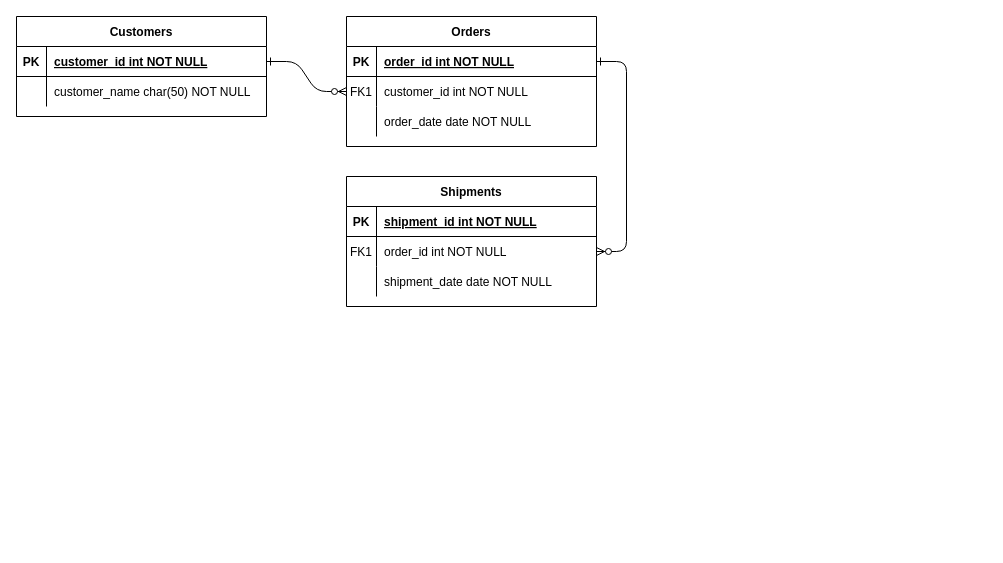
The draw.io diagram src/main/resources/erDiagram.drawio in IgiranezaMichel/eduqa-backend, before the edit. Source tidied: cells renumbered, new cells numbered last; positions are measured from the earlier drawing's top-left corner, leaving out a move shared by most shapes. Both pictures are drawn from the tidied source at 100%, with x=0, y=0 at pixel (16, 16).
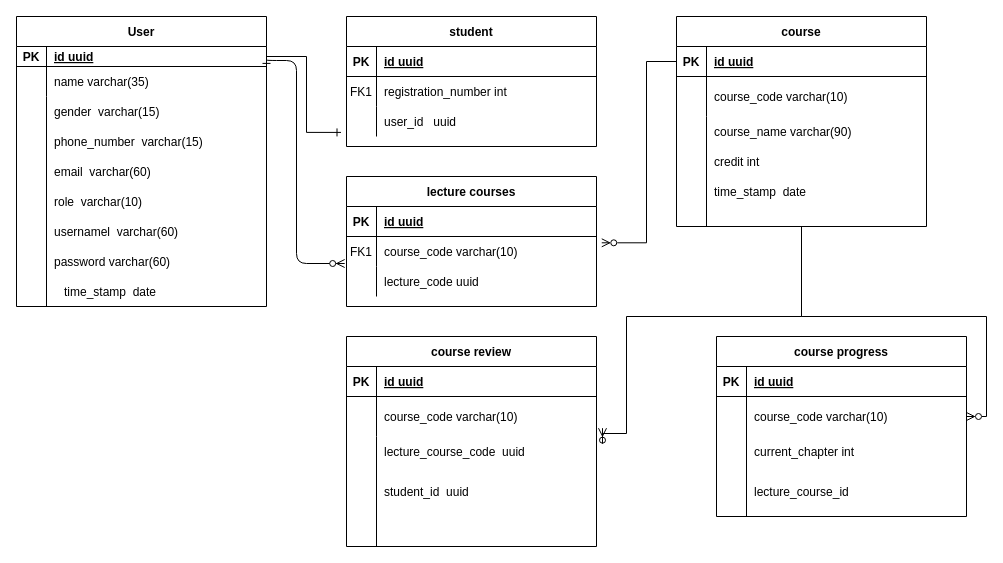
The same page after the edit.

The change refers to these unchanged cells:
```xml
<mxCell id="5" style="shape=partialRectangle;fillColor=none;points=[[0,0.5],[1,0.5]];portConstraint=eastwest;top=0;left=0;right=0;bottom=1;" parent="4" vertex="1">
  <mxGeometry y="30" width="250" height="30" as="geometry" />
</mxCell>
<mxCell id="8" style="shape=partialRectangle;fillColor=none;points=[[0,0.5],[1,0.5]];portConstraint=eastwest;top=0;left=0;right=0;bottom=0;" parent="4" vertex="1">
  <mxGeometry y="60" width="250" height="30" as="geometry" />
</mxCell>
<mxCell id="11" style="shape=partialRectangle;fillColor=none;points=[[0,0.5],[1,0.5]];portConstraint=eastwest;top=0;left=0;right=0;bottom=0;" parent="4" vertex="1">
  <mxGeometry y="90" width="250" height="30" as="geometry" />
</mxCell>
<mxCell id="15" style="shape=partialRectangle;fillColor=none;top=0;left=0;right=0;bottom=1;" parent="14" vertex="1">
  <mxGeometry y="30" width="250" height="30" as="geometry" />
</mxCell>
<mxCell id="18" style="shape=partialRectangle;fillColor=none;points=[[0,0.5],[1,0.5]];portConstraint=eastwest;top=0;left=0;right=0;bottom=0;" parent="14" vertex="1">
  <mxGeometry y="60" width="250" height="30" as="geometry" />
</mxCell>
<mxCell id="21" style="shape=partialRectangle;fillColor=none;top=0;left=0;right=0;bottom=0;" parent="14" vertex="1">
  <mxGeometry y="90" width="250" height="30" as="geometry" />
</mxCell>
```

Change to the diagram source:
```diff
@@
-    <mxCell id="2" style="edgeStyle=entityRelationEdgeStyle;endArrow=ERzeroToMany;startArrow=ERone;endFill=1;startFill=0;" parent="1" edge="1" source="25" target="8">
-      <mxGeometry relative="1" as="geometry" />
+    <mxCell id="2" style="endArrow=ERzeroToMany;startArrow=ERone;endFill=1;startFill=0;entryX=-0.007;entryY=0.803;entryDx=0;entryDy=0;entryPerimeter=0;edgeStyle=orthogonalEdgeStyle;" parent="1" edge="1">
+      <mxGeometry relative="1" as="geometry">
+        <mxPoint x="250" y="42.9" as="sourcePoint" />
+        <mxPoint x="328.2" y="247" as="targetPoint" />
+        <Array as="points">
+          <mxPoint x="250" y="44" />
+          <mxPoint x="280" y="44" />
+          <mxPoint x="280" y="247" />
+        </Array>
+      </mxGeometry>
     </mxCell>
-    <mxCell id="3" style="edgeStyle=entityRelationEdgeStyle;endArrow=ERzeroToMany;startArrow=ERone;endFill=1;startFill=0;" parent="1" edge="1" source="5" target="18">
-      <mxGeometry relative="1" as="geometry" />
-    </mxCell>
-    <mxCell id="4" value="Orders" style="shape=table;startSize=30;childLayout=tableLayout;rowLines=0;fontStyle=1;align=center;" parent="1" vertex="1">
+    <mxCell id="4" value="student" style="shape=table;startSize=30;childLayout=tableLayout;rowLines=0;fontStyle=1;align=center;" parent="1" vertex="1">
       <mxGeometry x="330" width="250" height="130" as="geometry" />
     </mxCell>
@@
-    <mxCell id="7" value="order_id int NOT NULL " style="shape=partialRectangle;overflow=hidden;fillColor=none;top=0;left=0;bottom=0;right=0;align=left;spacingLeft=6;fontStyle=5;" parent="5" vertex="1">
+    <mxCell id="7" value="id uuid" style="shape=partialRectangle;overflow=hidden;fillColor=none;top=0;left=0;bottom=0;right=0;align=left;spacingLeft=6;fontStyle=5;" parent="5" vertex="1">
       <mxGeometry x="30" width="220" height="30" as="geometry" />
     </mxCell>
@@
-    <mxCell id="10" value="customer_id int NOT NULL" style="shape=partialRectangle;overflow=hidden;fillColor=none;top=0;left=0;bottom=0;right=0;align=left;spacingLeft=6;" parent="8" vertex="1">
+    <mxCell id="10" value="registration_number int" style="shape=partialRectangle;overflow=hidden;fillColor=none;top=0;left=0;bottom=0;right=0;align=left;spacingLeft=6;" parent="8" vertex="1">
       <mxGeometry x="30" width="220" height="30" as="geometry" />
     </mxCell>
@@
-    <mxCell id="13" value="order_date date NOT NULL" style="shape=partialRectangle;overflow=hidden;fillColor=none;top=0;left=0;bottom=0;right=0;align=left;spacingLeft=6;" parent="11" vertex="1">
+    <mxCell id="13" value="user_id   uuid" style="shape=partialRectangle;overflow=hidden;fillColor=none;top=0;left=0;bottom=0;right=0;align=left;spacingLeft=6;" parent="11" vertex="1">
       <mxGeometry x="30" width="220" height="30" as="geometry" />
     </mxCell>
-    <mxCell id="14" value="Shipments" style="shape=table;startSize=30;childLayout=tableLayout;rowLines=0;fontStyle=1;align=center;" parent="1" vertex="1">
+    <mxCell id="14" value="lecture courses" style="shape=table;startSize=30;childLayout=tableLayout;rowLines=0;fontStyle=1;align=center;" parent="1" vertex="1">
       <mxGeometry x="330" y="160" width="250" height="130" as="geometry" />
     </mxCell>
@@
-    <mxCell id="17" value="shipment_id int NOT NULL " style="shape=partialRectangle;overflow=hidden;fillColor=none;top=0;left=0;bottom=0;right=0;align=left;spacingLeft=6;fontStyle=5;" parent="15" vertex="1">
+    <mxCell id="17" value="id uuid" style="shape=partialRectangle;overflow=hidden;fillColor=none;top=0;left=0;bottom=0;right=0;align=left;spacingLeft=6;fontStyle=5;" parent="15" vertex="1">
       <mxGeometry x="30" width="220" height="30" as="geometry" />
     </mxCell>
@@
-    <mxCell id="20" value="order_id int NOT NULL" style="shape=partialRectangle;overflow=hidden;fillColor=none;top=0;left=0;bottom=0;right=0;align=left;spacingLeft=6;" parent="18" vertex="1">
+    <mxCell id="20" value="course_code varchar(10)" style="shape=partialRectangle;overflow=hidden;fillColor=none;top=0;left=0;bottom=0;right=0;align=left;spacingLeft=6;" parent="18" vertex="1">
       <mxGeometry x="30" width="220" height="30" as="geometry" />
     </mxCell>
@@
-    <mxCell id="23" value="shipment_date date NOT NULL" style="shape=partialRectangle;overflow=hidden;fillColor=none;top=0;left=0;bottom=0;right=0;align=left;spacingLeft=6;" parent="21" vertex="1">
+    <mxCell id="23" value="lecture_code uuid" style="shape=partialRectangle;overflow=hidden;fillColor=none;top=0;left=0;bottom=0;right=0;align=left;spacingLeft=6;" parent="21" vertex="1">
       <mxGeometry x="30" width="220" height="30" as="geometry" />
     </mxCell>
-    <mxCell id="24" value="Customers" style="shape=table;startSize=30;childLayout=tableLayout;rowLines=0;fontStyle=1;align=center;" parent="1" vertex="1">
-      <mxGeometry width="250" height="100" as="geometry" />
+    <mxCell id="24" value="User" style="shape=table;startSize=30;childLayout=tableLayout;rowLines=0;fontStyle=1;align=center;" parent="1" vertex="1">
+      <mxGeometry width="250" height="290" as="geometry" />
     </mxCell>
     <mxCell id="25" style="shape=partialRectangle;fillColor=none;points=[[0,0.5],[1,0.5]];portConstraint=eastwest;top=0;left=0;right=0;bottom=1;" parent="24" vertex="1">
-      <mxGeometry y="30" width="250" height="30" as="geometry" />
+      <mxGeometry y="30" width="250" height="20" as="geometry" />
     </mxCell>
     <mxCell id="26" value="PK" style="shape=partialRectangle;overflow=hidden;fillColor=none;top=0;left=0;bottom=0;right=0;fontStyle=1;" parent="25" vertex="1">
-      <mxGeometry width="30" height="30" as="geometry" />
+      <mxGeometry width="30" height="20" as="geometry" />
     </mxCell>
-    <mxCell id="27" value="customer_id int NOT NULL " style="shape=partialRectangle;overflow=hidden;fillColor=none;top=0;left=0;bottom=0;right=0;align=left;spacingLeft=6;fontStyle=5;" parent="25" vertex="1">
-      <mxGeometry x="30" width="220" height="30" as="geometry" />
+    <mxCell id="27" value="id uuid" style="shape=partialRectangle;overflow=hidden;fillColor=none;top=0;left=0;bottom=0;right=0;align=left;spacingLeft=6;fontStyle=5;" parent="25" vertex="1">
+      <mxGeometry x="30" width="220" height="20" as="geometry" />
     </mxCell>
     <mxCell id="28" style="shape=partialRectangle;fillColor=none;top=0;left=0;right=0;bottom=0;" parent="24" vertex="1">
-      <mxGeometry y="60" width="250" height="30" as="geometry" />
+      <mxGeometry y="50" width="250" height="30" as="geometry" />
     </mxCell>
@@
-    <mxCell id="30" value="customer_name char(50) NOT NULL" style="shape=partialRectangle;overflow=hidden;fillColor=none;top=0;left=0;bottom=0;right=0;align=left;spacingLeft=6;" parent="28" vertex="1">
+    <mxCell id="30" value="name varchar(35)" style="shape=partialRectangle;overflow=hidden;fillColor=none;top=0;left=0;bottom=0;right=0;align=left;spacingLeft=6;" parent="28" vertex="1">
       <mxGeometry x="30" width="220" height="30" as="geometry" />
     </mxCell>
+    <mxCell id="31" value="gender  varchar(15)" style="shape=partialRectangle;overflow=hidden;fillColor=none;top=0;left=0;bottom=0;right=0;align=left;spacingLeft=6;" parent="1" vertex="1">
+      <mxGeometry x="30" y="80" width="220" height="30" as="geometry" />
+    </mxCell>
+    <mxCell id="32" value="phone_number  varchar(15)" style="shape=partialRectangle;overflow=hidden;fillColor=none;top=0;left=0;bottom=0;right=0;align=left;spacingLeft=6;" parent="1" vertex="1">
+      <mxGeometry x="30" y="110" width="220" height="30" as="geometry" />
+    </mxCell>
+    <mxCell id="33" value="email  varchar(60)" style="shape=partialRectangle;overflow=hidden;fillColor=none;top=0;left=0;bottom=0;right=0;align=left;spacingLeft=6;" parent="1" vertex="1">
+      <mxGeometry x="30" y="140" width="220" height="30" as="geometry" />
+    </mxCell>
+    <mxCell id="34" style="endArrow=none;html=1;rounded=0;" parent="1" edge="1">
+      <mxGeometry relative="1" as="geometry">
+        <mxPoint x="30" y="290" as="sourcePoint" />
+        <mxPoint x="30" y="80" as="targetPoint" />
+      </mxGeometry>
+    </mxCell>
+    <mxCell id="35" value="role  varchar(10)" style="shape=partialRectangle;overflow=hidden;fillColor=none;top=0;left=0;bottom=0;right=0;align=left;spacingLeft=6;" parent="1" vertex="1">
+      <mxGeometry x="30" y="170" width="220" height="30" as="geometry" />
+    </mxCell>
+    <mxCell id="36" value="usernamel  varchar(60)" style="shape=partialRectangle;overflow=hidden;fillColor=none;top=0;left=0;bottom=0;right=0;align=left;spacingLeft=6;" parent="1" vertex="1">
+      <mxGeometry x="30" y="200" width="220" height="30" as="geometry" />
+    </mxCell>
+    <mxCell id="37" value="password varchar(60)" style="shape=partialRectangle;overflow=hidden;fillColor=none;top=0;left=0;bottom=0;right=0;align=left;spacingLeft=6;" parent="1" vertex="1">
+      <mxGeometry x="30" y="230" width="220" height="30" as="geometry" />
+    </mxCell>
+    <mxCell id="38" value="time_stamp  date" style="shape=partialRectangle;overflow=hidden;fillColor=none;top=0;left=0;bottom=0;right=0;align=left;spacingLeft=6;" parent="1" vertex="1">
+      <mxGeometry x="40" y="260" width="210" height="30" as="geometry" />
+    </mxCell>
+    <mxCell id="39" style="edgeStyle=orthogonalEdgeStyle;rounded=0;jettySize=auto;html=1;entryX=-0.022;entryY=0.864;entryDx=0;entryDy=0;entryPerimeter=0;endArrow=ERone;endFill=0;" parent="1" edge="1" source="25" target="11">
+      <mxGeometry relative="1" as="geometry" />
+    </mxCell>
+    <mxCell id="40" style="edgeStyle=orthogonalEdgeStyle;rounded=0;jettySize=auto;html=1;entryX=1;entryY=0.5;entryDx=0;entryDy=0;endArrow=ERzeroToMany;endFill=0;" parent="1" edge="1" source="41" target="62">
+      <mxGeometry relative="1" as="geometry">
+        <Array as="points">
+          <mxPoint x="785" y="300" />
+          <mxPoint x="970" y="300" />
+          <mxPoint x="970" y="400" />
+        </Array>
+      </mxGeometry>
+    </mxCell>
+    <mxCell id="41" value="course" style="shape=table;startSize=30;childLayout=tableLayout;rowLines=0;fontStyle=1;align=center;" parent="1" vertex="1">
+      <mxGeometry x="660" width="250" height="210" as="geometry" />
+    </mxCell>
+    <mxCell id="42" style="shape=partialRectangle;fillColor=none;points=[[0,0.5],[1,0.5]];portConstraint=eastwest;top=0;left=0;right=0;bottom=1;" parent="41" vertex="1">
+      <mxGeometry y="30" width="250" height="30" as="geometry" />
+    </mxCell>
+    <mxCell id="43" value="PK" style="shape=partialRectangle;overflow=hidden;fillColor=none;top=0;left=0;bottom=0;right=0;fontStyle=1;" parent="42" vertex="1">
+      <mxGeometry width="30" height="30" as="geometry" />
+    </mxCell>
+    <mxCell id="44" value="id uuid" style="shape=partialRectangle;overflow=hidden;fillColor=none;top=0;left=0;bottom=0;right=0;align=left;spacingLeft=6;fontStyle=5;" parent="42" vertex="1">
+      <mxGeometry x="30" width="220" height="30" as="geometry" />
+    </mxCell>
+    <mxCell id="45" style="shape=partialRectangle;fillColor=none;top=0;left=0;right=0;bottom=0;" parent="41" vertex="1">
+      <mxGeometry y="60" width="250" height="40" as="geometry" />
+    </mxCell>
+    <mxCell id="46" style="shape=partialRectangle;overflow=hidden;fillColor=none;top=0;left=0;bottom=0;right=0;" parent="45" vertex="1">
+      <mxGeometry width="30" height="40" as="geometry" />
+    </mxCell>
+    <mxCell id="47" value="course_code varchar(10)" style="shape=partialRectangle;overflow=hidden;fillColor=none;top=0;left=0;bottom=0;right=0;align=left;spacingLeft=6;" parent="45" vertex="1">
+      <mxGeometry x="30" width="220" height="40" as="geometry" />
+    </mxCell>
+    <mxCell id="48" style="shape=partialRectangle;fillColor=none;top=0;left=0;right=0;bottom=0;" parent="41" vertex="1">
+      <mxGeometry y="100" width="250" height="30" as="geometry" />
+    </mxCell>
+    <mxCell id="49" style="shape=partialRectangle;overflow=hidden;fillColor=none;top=0;left=0;bottom=0;right=0;" parent="48" vertex="1">
+      <mxGeometry width="30" height="30" as="geometry" />
+    </mxCell>
+    <mxCell id="50" value="course_name varchar(90)" style="shape=partialRectangle;overflow=hidden;fillColor=none;top=0;left=0;bottom=0;right=0;align=left;spacingLeft=6;" parent="48" vertex="1">
+      <mxGeometry x="30" width="220" height="30" as="geometry" />
+    </mxCell>
+    <mxCell id="51" style="shape=partialRectangle;fillColor=none;top=0;left=0;right=0;bottom=0;" parent="1" vertex="1">
+      <mxGeometry x="690" y="130" width="220" height="30" as="geometry" />
+    </mxCell>
+    <mxCell id="52" style="shape=partialRectangle;overflow=hidden;fillColor=none;top=0;left=0;bottom=0;right=0;" parent="51" vertex="1">
+      <mxGeometry width="26.4" height="30" as="geometry" />
+    </mxCell>
+    <mxCell id="53" value="credit int" style="shape=partialRectangle;overflow=hidden;fillColor=none;top=0;left=0;bottom=0;right=0;align=left;spacingLeft=6;" parent="51" vertex="1">
+      <mxGeometry width="193.6" height="30" as="geometry" />
+    </mxCell>
+    <mxCell id="54" style="shape=partialRectangle;fillColor=none;top=0;left=0;right=0;bottom=0;fontStyle=1;" parent="1" vertex="1">
+      <mxGeometry x="690" y="160" width="220" height="30" as="geometry" />
+    </mxCell>
+    <mxCell id="55" style="shape=partialRectangle;overflow=hidden;fillColor=none;top=0;left=0;bottom=0;right=0;" parent="54" vertex="1">
+      <mxGeometry width="26.4" height="30" as="geometry" />
+    </mxCell>
+    <mxCell id="56" value="time_stamp  date" style="shape=partialRectangle;overflow=hidden;fillColor=none;top=0;left=0;bottom=0;right=0;align=left;spacingLeft=6;" parent="54" vertex="1">
+      <mxGeometry width="193.6" height="30" as="geometry" />
+    </mxCell>
+    <mxCell id="57" style="edgeStyle=orthogonalEdgeStyle;rounded=0;jettySize=auto;html=1;entryX=1.021;entryY=0.21;entryDx=0;entryDy=0;entryPerimeter=0;endArrow=ERzeroToMany;endFill=0;" parent="1" edge="1" source="42" target="18">
+      <mxGeometry relative="1" as="geometry">
+        <Array as="points">
+          <mxPoint x="630" y="45" />
+          <mxPoint x="630" y="226" />
+        </Array>
+      </mxGeometry>
+    </mxCell>
+    <mxCell id="58" value="course progress" style="shape=table;startSize=30;childLayout=tableLayout;rowLines=0;fontStyle=1;align=center;" parent="1" vertex="1">
+      <mxGeometry x="700" y="320" width="250" height="180" as="geometry" />
+    </mxCell>
+    <mxCell id="59" style="shape=partialRectangle;fillColor=none;top=0;left=0;right=0;bottom=1;" parent="58" vertex="1">
+      <mxGeometry y="30" width="250" height="30" as="geometry" />
+    </mxCell>
+    <mxCell id="60" value="PK" style="shape=partialRectangle;overflow=hidden;fillColor=none;top=0;left=0;bottom=0;right=0;fontStyle=1;" parent="59" vertex="1">
+      <mxGeometry width="30" height="30" as="geometry" />
+    </mxCell>
+    <mxCell id="61" value="id uuid" style="shape=partialRectangle;overflow=hidden;fillColor=none;top=0;left=0;bottom=0;right=0;align=left;spacingLeft=6;fontStyle=5;" parent="59" vertex="1">
+      <mxGeometry x="30" width="220" height="30" as="geometry" />
+    </mxCell>
+    <mxCell id="62" style="shape=partialRectangle;fillColor=none;points=[[0,0.5],[1,0.5]];portConstraint=eastwest;top=0;left=0;right=0;bottom=0;" parent="58" vertex="1">
+      <mxGeometry y="60" width="250" height="40" as="geometry" />
+    </mxCell>
+    <mxCell id="63" style="shape=partialRectangle;overflow=hidden;fillColor=none;top=0;left=0;bottom=0;right=0;" parent="62" vertex="1">
+      <mxGeometry width="30" height="40" as="geometry" />
+    </mxCell>
+    <mxCell id="64" value="course_code varchar(10)" style="shape=partialRectangle;overflow=hidden;fillColor=none;top=0;left=0;bottom=0;right=0;align=left;spacingLeft=6;" parent="62" vertex="1">
+      <mxGeometry x="30" width="220" height="40" as="geometry" />
+    </mxCell>
+    <mxCell id="65" style="shape=partialRectangle;fillColor=none;top=0;left=0;right=0;bottom=0;" parent="58" vertex="1">
+      <mxGeometry y="100" width="250" height="30" as="geometry" />
+    </mxCell>
+    <mxCell id="66" style="shape=partialRectangle;overflow=hidden;fillColor=none;top=0;left=0;bottom=0;right=0;" parent="65" vertex="1">
+      <mxGeometry width="30" height="30" as="geometry" />
+    </mxCell>
+    <mxCell id="67" value="current_chapter int" style="shape=partialRectangle;overflow=hidden;fillColor=none;top=0;left=0;bottom=0;right=0;align=left;spacingLeft=6;" parent="65" vertex="1">
+      <mxGeometry x="30" width="220" height="30" as="geometry" />
+    </mxCell>
+    <mxCell id="68" value="course review" style="shape=table;startSize=30;childLayout=tableLayout;rowLines=0;fontStyle=1;align=center;" parent="1" vertex="1">
+      <mxGeometry x="330" y="320" width="250" height="210" as="geometry" />
+    </mxCell>
+    <mxCell id="69" style="shape=partialRectangle;fillColor=none;top=0;left=0;right=0;bottom=1;" parent="68" vertex="1">
+      <mxGeometry y="30" width="250" height="30" as="geometry" />
+    </mxCell>
+    <mxCell id="70" value="PK" style="shape=partialRectangle;overflow=hidden;fillColor=none;top=0;left=0;bottom=0;right=0;fontStyle=1;" parent="69" vertex="1">
+      <mxGeometry width="30" height="30" as="geometry" />
+    </mxCell>
+    <mxCell id="71" value="id uuid" style="shape=partialRectangle;overflow=hidden;fillColor=none;top=0;left=0;bottom=0;right=0;align=left;spacingLeft=6;fontStyle=5;" parent="69" vertex="1">
+      <mxGeometry x="30" width="220" height="30" as="geometry" />
+    </mxCell>
+    <mxCell id="72" style="shape=partialRectangle;fillColor=none;points=[[0,0.5],[1,0.5]];portConstraint=eastwest;top=0;left=0;right=0;bottom=0;" parent="68" vertex="1">
+      <mxGeometry y="60" width="250" height="40" as="geometry" />
+    </mxCell>
+    <mxCell id="73" style="shape=partialRectangle;overflow=hidden;fillColor=none;top=0;left=0;bottom=0;right=0;" parent="72" vertex="1">
+      <mxGeometry width="30" height="40" as="geometry" />
+    </mxCell>
+    <mxCell id="74" value="course_code varchar(10)" style="shape=partialRectangle;overflow=hidden;fillColor=none;top=0;left=0;bottom=0;right=0;align=left;spacingLeft=6;" parent="72" vertex="1">
+      <mxGeometry x="30" width="220" height="40" as="geometry" />
+    </mxCell>
+    <mxCell id="75" style="shape=partialRectangle;fillColor=none;top=0;left=0;right=0;bottom=0;" parent="68" vertex="1">
+      <mxGeometry y="100" width="250" height="30" as="geometry" />
+    </mxCell>
+    <mxCell id="76" style="shape=partialRectangle;overflow=hidden;fillColor=none;top=0;left=0;bottom=0;right=0;" parent="75" vertex="1">
+      <mxGeometry width="30" height="30" as="geometry" />
+    </mxCell>
+    <mxCell id="77" value="lecture_course_code  uuid" style="shape=partialRectangle;overflow=hidden;fillColor=none;top=0;left=0;bottom=0;right=0;align=left;spacingLeft=6;" parent="75" vertex="1">
+      <mxGeometry x="30" width="220" height="30" as="geometry" />
+    </mxCell>
+    <mxCell id="78" value="lecture_course_id" style="shape=partialRectangle;overflow=hidden;fillColor=none;top=0;left=0;bottom=0;right=0;align=left;spacingLeft=6;" parent="1" vertex="1">
+      <mxGeometry x="730" y="460" width="220" height="30" as="geometry" />
+    </mxCell>
+    <mxCell id="79" value="student_id  uuid" style="shape=partialRectangle;overflow=hidden;fillColor=none;top=0;left=0;bottom=0;right=0;align=left;spacingLeft=6;" parent="1" vertex="1">
+      <mxGeometry x="360" y="460" width="220" height="30" as="geometry" />
+    </mxCell>
+    <mxCell id="80" style="edgeStyle=orthogonalEdgeStyle;rounded=0;jettySize=auto;html=1;entryX=1.024;entryY=0.792;entryDx=0;entryDy=0;entryPerimeter=0;endArrow=ERzeroToMany;endFill=0;" parent="1" edge="1" source="41" target="72">
+      <mxGeometry relative="1" as="geometry">
+        <Array as="points">
+          <mxPoint x="785" y="300" />
+          <mxPoint x="610" y="300" />
+          <mxPoint x="610" y="417" />
+        </Array>
+      </mxGeometry>
+    </mxCell>
+    <mxCell id="81" style="endArrow=none;html=1;rounded=0;" parent="1" edge="1">
+      <mxGeometry relative="1" as="geometry">
+        <mxPoint x="360" y="530" as="sourcePoint" />
+        <mxPoint x="360" y="440" as="targetPoint" />
+      </mxGeometry>
+    </mxCell>
+    <mxCell id="82" style="endArrow=none;html=1;rounded=0;" parent="1" edge="1">
+      <mxGeometry relative="1" as="geometry">
+        <mxPoint x="730" y="500" as="sourcePoint" />
+        <mxPoint x="730" y="400" as="targetPoint" />
+      </mxGeometry>
+    </mxCell>
+    <mxCell id="83" style="endArrow=none;html=1;rounded=0;" parent="1" edge="1">
+      <mxGeometry relative="1" as="geometry">
+        <mxPoint x="690" y="210" as="sourcePoint" />
+        <mxPoint x="690" y="110" as="targetPoint" />
+      </mxGeometry>
+    </mxCell>
```
